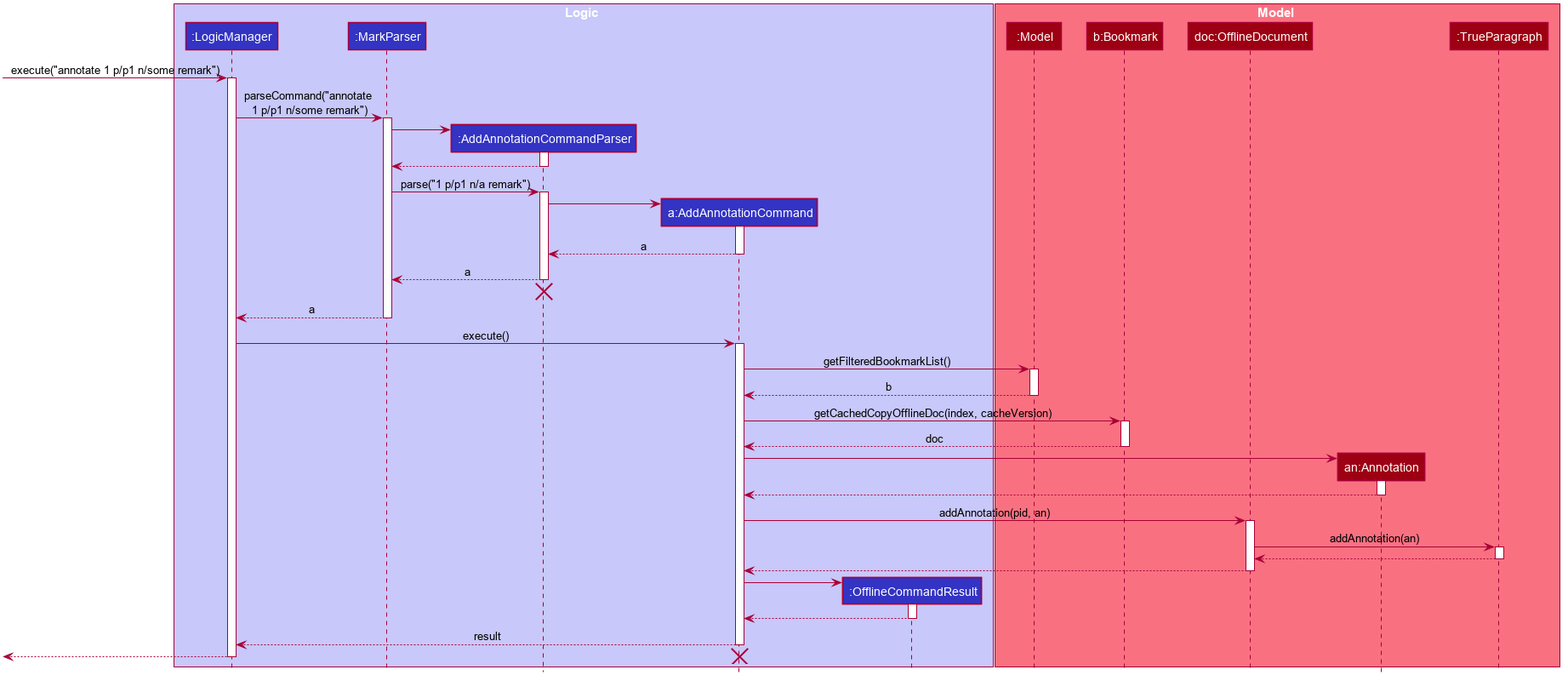
Above: docs/images/AddAnnotationSequenceDiagram.png in nus-cs2103-AY1920S1/addressbook-level3 (PlantUML), before the change. Its diagram source:
```plantuml
@startuml








skinparam BackgroundColor #FFFFFFF

skinparam Shadowing false

skinparam Class {
    FontColor #FFFFFF
    BorderThickness 1
    BorderColor #FFFFFF
    StereotypeFontColor #FFFFFF
    FontName Arial
}

skinparam Actor {
    BorderColor #000000
    Color #000000
    FontName Arial
}

skinparam Sequence {
    MessageAlign center
    BoxFontSize 15
    BoxPadding 0
    BoxFontColor #FFFFFF
    FontName Arial
}

skinparam Participant {
    FontColor #FFFFFFF
    Padding 20
}

skinparam MinClassWidth 50
skinparam ParticipantPadding 10
skinparam Shadowing false
skinparam DefaultTextAlignment center
skinparam packageStyle Rectangle

hide footbox
hide members
hide circle

box Logic #C8C8FA
participant ":LogicManager" as LogicManager #3333C4
participant ":MarkParser" as MarkParser #3333C4
participant ":AddAnnotationCommandParser" as AddAnnotationCommandParser #3333C4
participant "a:AddAnnotationCommand" as AddAnnotationCommand #3333C4
participant ":OfflineCommandResult" as OfflineCommandResult #3333C4
end box

box Model #F97181
participant ":Model" as Model #9D0012
participant "b:Bookmark" as Bookmark #9D0012
participant "doc:OfflineDocument" as OfflineDocument #9D0012
participant "an:Annotation" as Annotation #9D0012
participant ":TrueParagraph" as TrueParagraph #9D0012
end box

[-> LogicManager : execute("annotate 1 p/p1 n/some remark")
activate LogicManager

LogicManager -> MarkParser : parseCommand("annotate \n1 p/p1 n/some remark")
activate MarkParser

create AddAnnotationCommandParser
MarkParser -> AddAnnotationCommandParser
activate AddAnnotationCommandParser

AddAnnotationCommandParser --> MarkParser
deactivate AddAnnotationCommandParser

MarkParser -> AddAnnotationCommandParser : parse("1 p/p1 n/a remark")
activate AddAnnotationCommandParser

create AddAnnotationCommand
AddAnnotationCommandParser -> AddAnnotationCommand
activate AddAnnotationCommand

AddAnnotationCommand --> AddAnnotationCommandParser : a
deactivate AddAnnotationCommand

AddAnnotationCommandParser --> MarkParser : a
deactivate AddAnnotationCommandParser
AddAnnotationCommandParser -[hidden]-> MarkParser
destroy AddAnnotationCommandParser

MarkParser --> LogicManager : a
deactivate MarkParser

LogicManager -> AddAnnotationCommand : execute()
activate AddAnnotationCommand

AddAnnotationCommand -> Model : getFilteredBookmarkList()
activate Model

Model --> AddAnnotationCommand : b
deactivate Model

AddAnnotationCommand -> Bookmark : getCachedCopyOfflineDoc(index, cacheVersion)
activate Bookmark

Bookmark --> AddAnnotationCommand : doc
deactivate Bookmark

create Annotation
AddAnnotationCommand -> Annotation
activate Annotation

Annotation --> AddAnnotationCommand
deactivate Annotation

AddAnnotationCommand -> OfflineDocument : addAnnotation(pid, an)
activate OfflineDocument

OfflineDocument -> TrueParagraph : addAnnotation(an)
activate TrueParagraph

TrueParagraph --> OfflineDocument
deactivate TrueParagraph

OfflineDocument --> AddAnnotationCommand
deactivate OfflineDocument

create OfflineCommandResult
AddAnnotationCommand -> OfflineCommandResult
activate OfflineCommandResult

OfflineCommandResult --> AddAnnotationCommand
deactivate OfflineCommandResult

AddAnnotationCommand --> LogicManager : result
deactivate AddAnnotationCommand

[<--LogicManager
deactivate LogicManager

destroy AddAnnotationCommand
@enduml
```
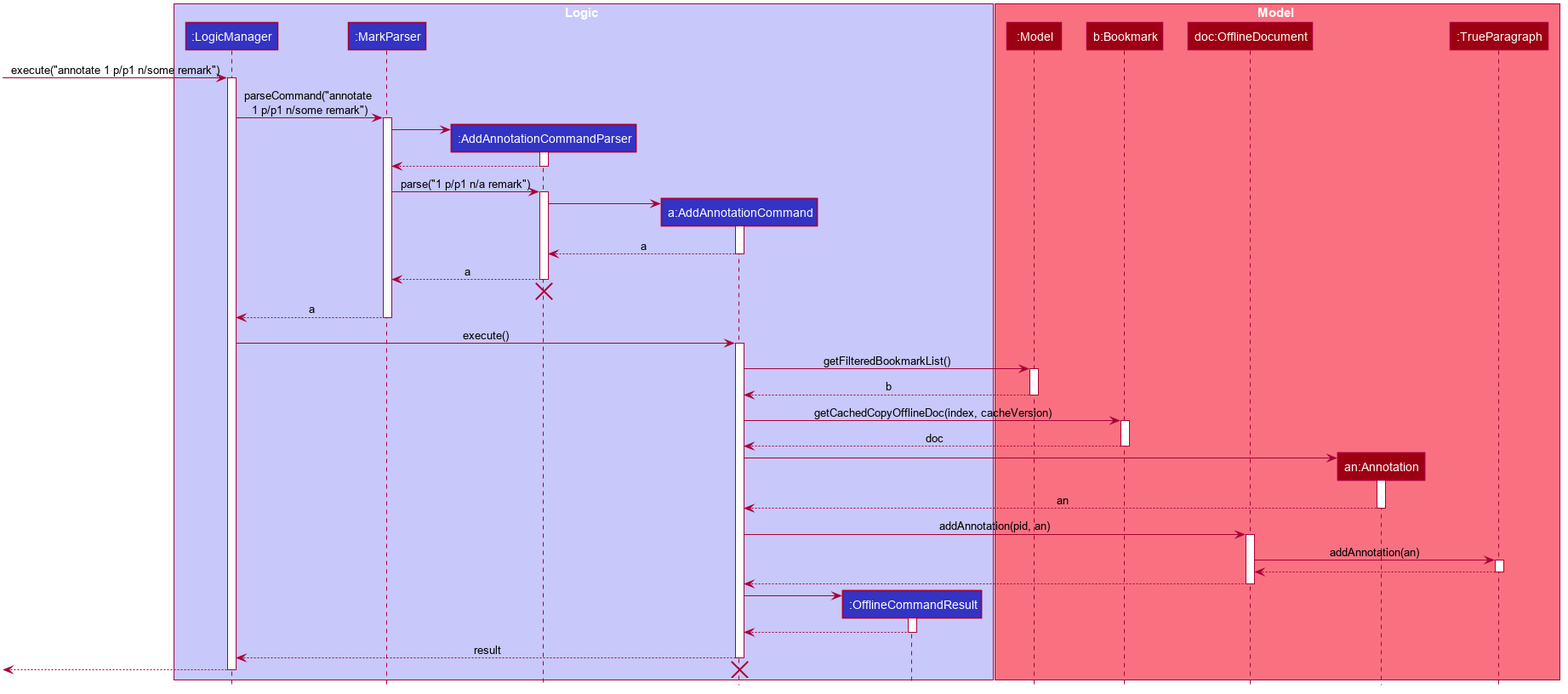
After the change.

Commit message:
Make minor edits to annotation feature

Diff of the diagram source:
```diff
@@ -114,7 +114,7 @@
 AddAnnotationCommand -> Annotation
 activate Annotation
 
-Annotation --> AddAnnotationCommand
+Annotation --> AddAnnotationCommand : an
 deactivate Annotation
 
 AddAnnotationCommand -> OfflineDocument : addAnnotation(pid, an)
```
